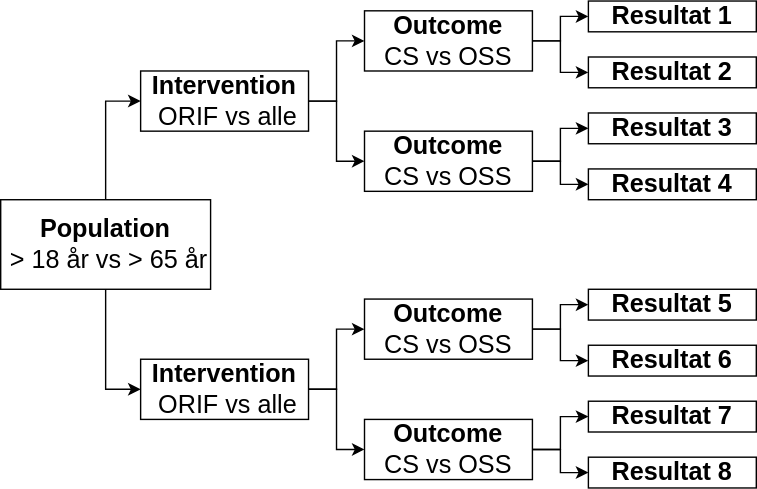
The draw.io diagram 2021/suh_phd_status/figures/decision_tree.svg in nsandau/talks, before a commit. Source tidied: cells renumbered, new cells last; positions are measured from the earlier drawing's top-left corner, leaving out a move shared by most shapes. Source of this version:
```xml
<mxGraphModel>
  <root>
    <mxCell id="0" />
    <mxCell id="1" parent="0" />
    <mxCell id="2" style="edgeStyle=orthogonalEdgeStyle;rounded=0;jettySize=auto;html=1;entryX=0;entryY=0.5;entryDx=0;entryDy=0;fontSize=18;" parent="1" edge="1" source="3" target="6">
      <mxGeometry relative="1" as="geometry" />
    </mxCell>
    <mxCell id="3" value="&lt;font color=&quot;#000000&quot; style=&quot;font-size: 18px;&quot;&gt;&lt;b style=&quot;font-size: 18px;&quot;&gt;Population&lt;br style=&quot;font-size: 18px;&quot;&gt;&lt;/b&gt;&amp;nbsp;&amp;gt; 18 år vs &amp;gt; 65 år&lt;br style=&quot;font-size: 18px;&quot;&gt;&lt;/font&gt;" style="rounded=0;whiteSpace=wrap;html=1;strokeColor=#000000;fillColor=#FFFFFF;fontSize=18;" parent="1" vertex="1">
      <mxGeometry y="142" width="150" height="64" as="geometry" />
    </mxCell>
    <mxCell id="4" style="edgeStyle=orthogonalEdgeStyle;rounded=0;jettySize=auto;html=1;fontSize=18;entryX=0;entryY=0.5;entryDx=0;entryDy=0;" parent="1" edge="1" source="6" target="9">
      <mxGeometry relative="1" as="geometry" />
    </mxCell>
    <mxCell id="5" style="edgeStyle=orthogonalEdgeStyle;rounded=0;jettySize=auto;html=1;entryX=0;entryY=0.5;entryDx=0;entryDy=0;fontSize=18;" parent="1" edge="1" source="6" target="14">
      <mxGeometry relative="1" as="geometry" />
    </mxCell>
    <mxCell id="6" value="&lt;font color=&quot;#000000&quot; style=&quot;font-size: 18px;&quot;&gt;&lt;b style=&quot;font-size: 18px;&quot;&gt;Intervention&lt;br style=&quot;font-size: 18px;&quot;&gt;&lt;/b&gt;&amp;nbsp;ORIF vs alle&lt;br style=&quot;font-size: 18px;&quot;&gt;&lt;/font&gt;" style="rounded=0;whiteSpace=wrap;html=1;strokeColor=#000000;fillColor=#FFFFFF;fontSize=18;" parent="1" vertex="1">
      <mxGeometry x="100" y="50" width="120" height="43" as="geometry" />
    </mxCell>
    <mxCell id="7" style="edgeStyle=orthogonalEdgeStyle;rounded=0;jettySize=auto;html=1;entryX=0;entryY=0.5;entryDx=0;entryDy=0;fontSize=18;" parent="1" edge="1" source="9" target="10">
      <mxGeometry relative="1" as="geometry" />
    </mxCell>
    <mxCell id="8" style="edgeStyle=orthogonalEdgeStyle;rounded=0;jettySize=auto;html=1;fontSize=18;" parent="1" edge="1" source="9" target="11">
      <mxGeometry relative="1" as="geometry" />
    </mxCell>
    <mxCell id="9" value="&lt;font color=&quot;#000000&quot; style=&quot;font-size: 18px;&quot;&gt;&lt;b style=&quot;font-size: 18px;&quot;&gt;Outcome&lt;br style=&quot;font-size: 18px;&quot;&gt;&lt;/b&gt;CS vs OSS&lt;br style=&quot;font-size: 18px;&quot;&gt;&lt;/font&gt;" style="rounded=0;whiteSpace=wrap;html=1;strokeColor=#000000;fillColor=#FFFFFF;fontSize=18;" parent="1" vertex="1">
      <mxGeometry x="260" y="7" width="120" height="43" as="geometry" />
    </mxCell>
    <mxCell id="10" value="&lt;font color=&quot;#000000&quot; style=&quot;font-size: 18px;&quot;&gt;&lt;b style=&quot;font-size: 18px;&quot;&gt;Resultat 1&lt;/b&gt;&lt;br style=&quot;font-size: 18px;&quot;&gt;&lt;/font&gt;" style="rounded=0;whiteSpace=wrap;html=1;strokeColor=#000000;fillColor=#FFFFFF;imageWidth=24;imageHeight=24;fontSize=18;" parent="1" vertex="1">
      <mxGeometry x="420" width="120" height="22" as="geometry" />
    </mxCell>
    <mxCell id="11" value="&lt;font color=&quot;#000000&quot; style=&quot;font-size: 18px;&quot;&gt;&lt;b style=&quot;font-size: 18px;&quot;&gt;Resultat 2&lt;/b&gt;&lt;br style=&quot;font-size: 18px;&quot;&gt;&lt;/font&gt;" style="rounded=0;whiteSpace=wrap;html=1;strokeColor=#000000;fillColor=#FFFFFF;imageWidth=24;imageHeight=24;fontSize=18;" parent="1" vertex="1">
      <mxGeometry x="420" y="40" width="120" height="22" as="geometry" />
    </mxCell>
    <mxCell id="12" style="edgeStyle=orthogonalEdgeStyle;rounded=0;jettySize=auto;html=1;entryX=0;entryY=0.5;entryDx=0;entryDy=0;fontSize=18;" parent="1" edge="1" source="14" target="15">
      <mxGeometry relative="1" as="geometry" />
    </mxCell>
    <mxCell id="13" style="edgeStyle=orthogonalEdgeStyle;rounded=0;jettySize=auto;html=1;fontSize=18;" parent="1" edge="1" source="14" target="16">
      <mxGeometry relative="1" as="geometry" />
    </mxCell>
    <mxCell id="14" value="&lt;font color=&quot;#000000&quot; style=&quot;font-size: 18px;&quot;&gt;&lt;b style=&quot;font-size: 18px;&quot;&gt;Outcome&lt;br style=&quot;font-size: 18px;&quot;&gt;&lt;/b&gt;CS vs OSS&lt;br style=&quot;font-size: 18px;&quot;&gt;&lt;/font&gt;" style="rounded=0;whiteSpace=wrap;html=1;strokeColor=#000000;fillColor=#FFFFFF;fontSize=18;" parent="1" vertex="1">
      <mxGeometry x="260" y="93" width="120" height="43" as="geometry" />
    </mxCell>
    <mxCell id="15" value="&lt;font color=&quot;#000000&quot; style=&quot;font-size: 18px&quot;&gt;&lt;b style=&quot;font-size: 18px&quot;&gt;Resultat 3&lt;/b&gt;&lt;br style=&quot;font-size: 18px&quot;&gt;&lt;/font&gt;" style="rounded=0;whiteSpace=wrap;html=1;strokeColor=#000000;fillColor=#FFFFFF;imageWidth=24;imageHeight=24;fontSize=18;" parent="1" vertex="1">
      <mxGeometry x="420" y="80" width="120" height="22" as="geometry" />
    </mxCell>
    <mxCell id="16" value="&lt;font color=&quot;#000000&quot; style=&quot;font-size: 18px&quot;&gt;&lt;b style=&quot;font-size: 18px&quot;&gt;Resultat 4&lt;/b&gt;&lt;br style=&quot;font-size: 18px&quot;&gt;&lt;/font&gt;" style="rounded=0;whiteSpace=wrap;html=1;strokeColor=#000000;fillColor=#FFFFFF;imageWidth=24;imageHeight=24;fontSize=18;" parent="1" vertex="1">
      <mxGeometry x="420" y="120" width="120" height="22" as="geometry" />
    </mxCell>
    <mxCell id="17" style="edgeStyle=orthogonalEdgeStyle;rounded=0;jettySize=auto;html=1;entryX=0;entryY=0.5;entryDx=0;entryDy=0;fontSize=18;exitX=0.5;exitY=1;exitDx=0;exitDy=0;" parent="1" edge="1" source="3" target="20">
      <mxGeometry relative="1" as="geometry" />
    </mxCell>
    <mxCell id="18" style="edgeStyle=orthogonalEdgeStyle;rounded=0;jettySize=auto;html=1;fontSize=18;entryX=0;entryY=0.5;entryDx=0;entryDy=0;" parent="1" edge="1" source="20" target="23">
      <mxGeometry relative="1" as="geometry" />
    </mxCell>
    <mxCell id="19" style="edgeStyle=orthogonalEdgeStyle;rounded=0;jettySize=auto;html=1;entryX=0;entryY=0.5;entryDx=0;entryDy=0;fontSize=18;" parent="1" edge="1" source="20" target="28">
      <mxGeometry relative="1" as="geometry" />
    </mxCell>
    <mxCell id="20" value="&lt;font color=&quot;#000000&quot; style=&quot;font-size: 18px;&quot;&gt;&lt;b style=&quot;font-size: 18px;&quot;&gt;Intervention&lt;br style=&quot;font-size: 18px;&quot;&gt;&lt;/b&gt;&amp;nbsp;ORIF vs alle&lt;br style=&quot;font-size: 18px;&quot;&gt;&lt;/font&gt;" style="rounded=0;whiteSpace=wrap;html=1;strokeColor=#000000;fillColor=#FFFFFF;fontSize=18;" parent="1" vertex="1">
      <mxGeometry x="100" y="256" width="120" height="43" as="geometry" />
    </mxCell>
    <mxCell id="21" style="edgeStyle=orthogonalEdgeStyle;rounded=0;jettySize=auto;html=1;entryX=0;entryY=0.5;entryDx=0;entryDy=0;fontSize=18;" parent="1" edge="1" source="23" target="24">
      <mxGeometry relative="1" as="geometry" />
    </mxCell>
    <mxCell id="22" style="edgeStyle=orthogonalEdgeStyle;rounded=0;jettySize=auto;html=1;fontSize=18;" parent="1" edge="1" source="23" target="25">
      <mxGeometry relative="1" as="geometry" />
    </mxCell>
    <mxCell id="23" value="&lt;font color=&quot;#000000&quot; style=&quot;font-size: 18px;&quot;&gt;&lt;b style=&quot;font-size: 18px;&quot;&gt;Outcome&lt;br style=&quot;font-size: 18px;&quot;&gt;&lt;/b&gt;CS vs OSS&lt;br style=&quot;font-size: 18px;&quot;&gt;&lt;/font&gt;" style="rounded=0;whiteSpace=wrap;html=1;strokeColor=#000000;fillColor=#FFFFFF;fontSize=18;" parent="1" vertex="1">
      <mxGeometry x="260" y="213" width="120" height="43" as="geometry" />
    </mxCell>
    <mxCell id="24" value="&lt;font color=&quot;#000000&quot; style=&quot;font-size: 18px&quot;&gt;&lt;b style=&quot;font-size: 18px&quot;&gt;Resultat 5&lt;/b&gt;&lt;br style=&quot;font-size: 18px&quot;&gt;&lt;/font&gt;" style="rounded=0;whiteSpace=wrap;html=1;strokeColor=#000000;fillColor=#FFFFFF;imageWidth=24;imageHeight=24;fontSize=18;" parent="1" vertex="1">
      <mxGeometry x="420" y="206" width="120" height="22" as="geometry" />
    </mxCell>
    <mxCell id="25" value="&lt;font color=&quot;#000000&quot; style=&quot;font-size: 18px&quot;&gt;&lt;b style=&quot;font-size: 18px&quot;&gt;Resultat 6&lt;/b&gt;&lt;br style=&quot;font-size: 18px&quot;&gt;&lt;/font&gt;" style="rounded=0;whiteSpace=wrap;html=1;strokeColor=#000000;fillColor=#FFFFFF;imageWidth=24;imageHeight=24;fontSize=18;" parent="1" vertex="1">
      <mxGeometry x="420" y="246" width="120" height="22" as="geometry" />
    </mxCell>
    <mxCell id="26" style="edgeStyle=orthogonalEdgeStyle;rounded=0;jettySize=auto;html=1;entryX=0;entryY=0.5;entryDx=0;entryDy=0;fontSize=18;" parent="1" edge="1" source="28" target="29">
      <mxGeometry relative="1" as="geometry" />
    </mxCell>
    <mxCell id="27" style="edgeStyle=orthogonalEdgeStyle;rounded=0;jettySize=auto;html=1;fontSize=18;" parent="1" edge="1" source="28" target="30">
      <mxGeometry relative="1" as="geometry" />
    </mxCell>
    <mxCell id="28" value="&lt;font color=&quot;#000000&quot; style=&quot;font-size: 18px;&quot;&gt;&lt;b style=&quot;font-size: 18px;&quot;&gt;Outcome&lt;br style=&quot;font-size: 18px;&quot;&gt;&lt;/b&gt;CS vs OSS&lt;br style=&quot;font-size: 18px;&quot;&gt;&lt;/font&gt;" style="rounded=0;whiteSpace=wrap;html=1;strokeColor=#000000;fillColor=#FFFFFF;fontSize=18;" parent="1" vertex="1">
      <mxGeometry x="260" y="299" width="120" height="43" as="geometry" />
    </mxCell>
    <mxCell id="29" value="&lt;font color=&quot;#000000&quot; style=&quot;font-size: 18px&quot;&gt;&lt;b style=&quot;font-size: 18px&quot;&gt;Resultat 7&lt;/b&gt;&lt;br style=&quot;font-size: 18px&quot;&gt;&lt;/font&gt;" style="rounded=0;whiteSpace=wrap;html=1;strokeColor=#000000;fillColor=#FFFFFF;imageWidth=24;imageHeight=24;fontSize=18;" parent="1" vertex="1">
      <mxGeometry x="420" y="286" width="120" height="22" as="geometry" />
    </mxCell>
    <mxCell id="30" value="&lt;font color=&quot;#000000&quot; style=&quot;font-size: 18px&quot;&gt;&lt;b style=&quot;font-size: 18px&quot;&gt;Resultat 8&lt;/b&gt;&lt;br style=&quot;font-size: 18px&quot;&gt;&lt;/font&gt;" style="rounded=0;whiteSpace=wrap;html=1;strokeColor=#000000;fillColor=#FFFFFF;imageWidth=24;imageHeight=24;fontSize=18;" parent="1" vertex="1">
      <mxGeometry x="420" y="326" width="120" height="22" as="geometry" />
    </mxCell>
  </root>
</mxGraphModel>
```
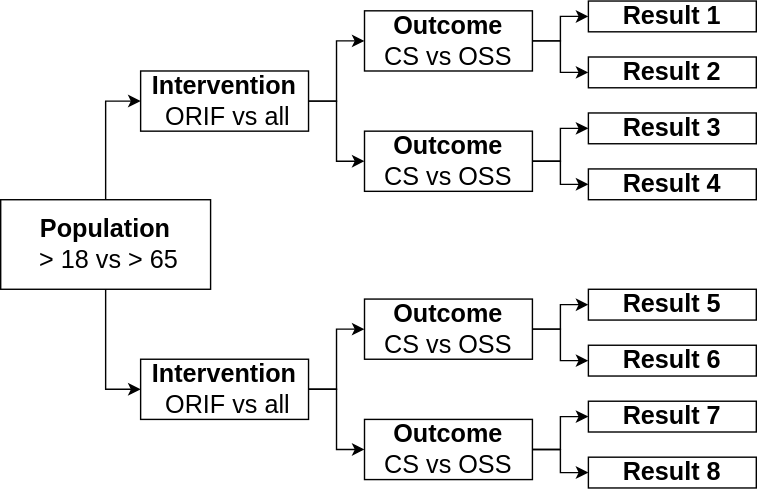
Above is the later version.

Diff of the diagram source:
```diff
@@ -5,7 +5,7 @@
     <mxCell id="2" style="edgeStyle=orthogonalEdgeStyle;rounded=0;jettySize=auto;html=1;entryX=0;entryY=0.5;entryDx=0;entryDy=0;fontSize=18;" parent="1" edge="1" source="3" target="6">
       <mxGeometry relative="1" as="geometry" />
     </mxCell>
-    <mxCell id="3" value="&lt;font color=&quot;#000000&quot; style=&quot;font-size: 18px;&quot;&gt;&lt;b style=&quot;font-size: 18px;&quot;&gt;Population&lt;br style=&quot;font-size: 18px;&quot;&gt;&lt;/b&gt;&amp;nbsp;&amp;gt; 18 år vs &amp;gt; 65 år&lt;br style=&quot;font-size: 18px;&quot;&gt;&lt;/font&gt;" style="rounded=0;whiteSpace=wrap;html=1;strokeColor=#000000;fillColor=#FFFFFF;fontSize=18;" parent="1" vertex="1">
+    <mxCell id="3" value="&lt;font color=&quot;#000000&quot; style=&quot;font-size: 18px&quot;&gt;&lt;b style=&quot;font-size: 18px&quot;&gt;Population&lt;br style=&quot;font-size: 18px&quot;&gt;&lt;/b&gt;&amp;nbsp;&amp;gt; 18 vs &amp;gt; 65&lt;br style=&quot;font-size: 18px&quot;&gt;&lt;/font&gt;" style="rounded=0;whiteSpace=wrap;html=1;strokeColor=#000000;fillColor=#FFFFFF;fontSize=18;" parent="1" vertex="1">
       <mxGeometry y="142" width="150" height="64" as="geometry" />
     </mxCell>
     <mxCell id="4" style="edgeStyle=orthogonalEdgeStyle;rounded=0;jettySize=auto;html=1;fontSize=18;entryX=0;entryY=0.5;entryDx=0;entryDy=0;" parent="1" edge="1" source="6" target="9">
@@ -14,7 +14,7 @@
     <mxCell id="5" style="edgeStyle=orthogonalEdgeStyle;rounded=0;jettySize=auto;html=1;entryX=0;entryY=0.5;entryDx=0;entryDy=0;fontSize=18;" parent="1" edge="1" source="6" target="14">
       <mxGeometry relative="1" as="geometry" />
     </mxCell>
-    <mxCell id="6" value="&lt;font color=&quot;#000000&quot; style=&quot;font-size: 18px;&quot;&gt;&lt;b style=&quot;font-size: 18px;&quot;&gt;Intervention&lt;br style=&quot;font-size: 18px;&quot;&gt;&lt;/b&gt;&amp;nbsp;ORIF vs alle&lt;br style=&quot;font-size: 18px;&quot;&gt;&lt;/font&gt;" style="rounded=0;whiteSpace=wrap;html=1;strokeColor=#000000;fillColor=#FFFFFF;fontSize=18;" parent="1" vertex="1">
+    <mxCell id="6" value="&lt;font color=&quot;#000000&quot; style=&quot;font-size: 18px&quot;&gt;&lt;b style=&quot;font-size: 18px&quot;&gt;Intervention&lt;br style=&quot;font-size: 18px&quot;&gt;&lt;/b&gt;&amp;nbsp;ORIF vs all&lt;br style=&quot;font-size: 18px&quot;&gt;&lt;/font&gt;" style="rounded=0;whiteSpace=wrap;html=1;strokeColor=#000000;fillColor=#FFFFFF;fontSize=18;" parent="1" vertex="1">
       <mxGeometry x="100" y="50" width="120" height="43" as="geometry" />
     </mxCell>
     <mxCell id="7" style="edgeStyle=orthogonalEdgeStyle;rounded=0;jettySize=auto;html=1;entryX=0;entryY=0.5;entryDx=0;entryDy=0;fontSize=18;" parent="1" edge="1" source="9" target="10">
@@ -26,10 +26,10 @@
     <mxCell id="9" value="&lt;font color=&quot;#000000&quot; style=&quot;font-size: 18px;&quot;&gt;&lt;b style=&quot;font-size: 18px;&quot;&gt;Outcome&lt;br style=&quot;font-size: 18px;&quot;&gt;&lt;/b&gt;CS vs OSS&lt;br style=&quot;font-size: 18px;&quot;&gt;&lt;/font&gt;" style="rounded=0;whiteSpace=wrap;html=1;strokeColor=#000000;fillColor=#FFFFFF;fontSize=18;" parent="1" vertex="1">
       <mxGeometry x="260" y="7" width="120" height="43" as="geometry" />
     </mxCell>
-    <mxCell id="10" value="&lt;font color=&quot;#000000&quot; style=&quot;font-size: 18px;&quot;&gt;&lt;b style=&quot;font-size: 18px;&quot;&gt;Resultat 1&lt;/b&gt;&lt;br style=&quot;font-size: 18px;&quot;&gt;&lt;/font&gt;" style="rounded=0;whiteSpace=wrap;html=1;strokeColor=#000000;fillColor=#FFFFFF;imageWidth=24;imageHeight=24;fontSize=18;" parent="1" vertex="1">
+    <mxCell id="10" value="&lt;font color=&quot;#000000&quot; style=&quot;font-size: 18px&quot;&gt;&lt;b style=&quot;font-size: 18px&quot;&gt;Result 1&lt;/b&gt;&lt;br style=&quot;font-size: 18px&quot;&gt;&lt;/font&gt;" style="rounded=0;whiteSpace=wrap;html=1;strokeColor=#000000;fillColor=#FFFFFF;imageWidth=24;imageHeight=24;fontSize=18;" parent="1" vertex="1">
       <mxGeometry x="420" width="120" height="22" as="geometry" />
     </mxCell>
-    <mxCell id="11" value="&lt;font color=&quot;#000000&quot; style=&quot;font-size: 18px;&quot;&gt;&lt;b style=&quot;font-size: 18px;&quot;&gt;Resultat 2&lt;/b&gt;&lt;br style=&quot;font-size: 18px;&quot;&gt;&lt;/font&gt;" style="rounded=0;whiteSpace=wrap;html=1;strokeColor=#000000;fillColor=#FFFFFF;imageWidth=24;imageHeight=24;fontSize=18;" parent="1" vertex="1">
+    <mxCell id="11" value="&lt;font color=&quot;#000000&quot; style=&quot;font-size: 18px&quot;&gt;&lt;b style=&quot;font-size: 18px&quot;&gt;Result 2&lt;/b&gt;&lt;br style=&quot;font-size: 18px&quot;&gt;&lt;/font&gt;" style="rounded=0;whiteSpace=wrap;html=1;strokeColor=#000000;fillColor=#FFFFFF;imageWidth=24;imageHeight=24;fontSize=18;" parent="1" vertex="1">
       <mxGeometry x="420" y="40" width="120" height="22" as="geometry" />
     </mxCell>
     <mxCell id="12" style="edgeStyle=orthogonalEdgeStyle;rounded=0;jettySize=auto;html=1;entryX=0;entryY=0.5;entryDx=0;entryDy=0;fontSize=18;" parent="1" edge="1" source="14" target="15">
@@ -41,10 +41,10 @@
     <mxCell id="14" value="&lt;font color=&quot;#000000&quot; style=&quot;font-size: 18px;&quot;&gt;&lt;b style=&quot;font-size: 18px;&quot;&gt;Outcome&lt;br style=&quot;font-size: 18px;&quot;&gt;&lt;/b&gt;CS vs OSS&lt;br style=&quot;font-size: 18px;&quot;&gt;&lt;/font&gt;" style="rounded=0;whiteSpace=wrap;html=1;strokeColor=#000000;fillColor=#FFFFFF;fontSize=18;" parent="1" vertex="1">
       <mxGeometry x="260" y="93" width="120" height="43" as="geometry" />
     </mxCell>
-    <mxCell id="15" value="&lt;font color=&quot;#000000&quot; style=&quot;font-size: 18px&quot;&gt;&lt;b style=&quot;font-size: 18px&quot;&gt;Resultat 3&lt;/b&gt;&lt;br style=&quot;font-size: 18px&quot;&gt;&lt;/font&gt;" style="rounded=0;whiteSpace=wrap;html=1;strokeColor=#000000;fillColor=#FFFFFF;imageWidth=24;imageHeight=24;fontSize=18;" parent="1" vertex="1">
+    <mxCell id="15" value="&lt;font color=&quot;#000000&quot; style=&quot;font-size: 18px&quot;&gt;&lt;b style=&quot;font-size: 18px&quot;&gt;Result 3&lt;/b&gt;&lt;br style=&quot;font-size: 18px&quot;&gt;&lt;/font&gt;" style="rounded=0;whiteSpace=wrap;html=1;strokeColor=#000000;fillColor=#FFFFFF;imageWidth=24;imageHeight=24;fontSize=18;" parent="1" vertex="1">
       <mxGeometry x="420" y="80" width="120" height="22" as="geometry" />
     </mxCell>
-    <mxCell id="16" value="&lt;font color=&quot;#000000&quot; style=&quot;font-size: 18px&quot;&gt;&lt;b style=&quot;font-size: 18px&quot;&gt;Resultat 4&lt;/b&gt;&lt;br style=&quot;font-size: 18px&quot;&gt;&lt;/font&gt;" style="rounded=0;whiteSpace=wrap;html=1;strokeColor=#000000;fillColor=#FFFFFF;imageWidth=24;imageHeight=24;fontSize=18;" parent="1" vertex="1">
+    <mxCell id="16" value="&lt;font color=&quot;#000000&quot; style=&quot;font-size: 18px&quot;&gt;&lt;b style=&quot;font-size: 18px&quot;&gt;Result 4&lt;/b&gt;&lt;br style=&quot;font-size: 18px&quot;&gt;&lt;/font&gt;" style="rounded=0;whiteSpace=wrap;html=1;strokeColor=#000000;fillColor=#FFFFFF;imageWidth=24;imageHeight=24;fontSize=18;" parent="1" vertex="1">
       <mxGeometry x="420" y="120" width="120" height="22" as="geometry" />
     </mxCell>
     <mxCell id="17" style="edgeStyle=orthogonalEdgeStyle;rounded=0;jettySize=auto;html=1;entryX=0;entryY=0.5;entryDx=0;entryDy=0;fontSize=18;exitX=0.5;exitY=1;exitDx=0;exitDy=0;" parent="1" edge="1" source="3" target="20">
@@ -56,7 +56,7 @@
     <mxCell id="19" style="edgeStyle=orthogonalEdgeStyle;rounded=0;jettySize=auto;html=1;entryX=0;entryY=0.5;entryDx=0;entryDy=0;fontSize=18;" parent="1" edge="1" source="20" target="28">
       <mxGeometry relative="1" as="geometry" />
     </mxCell>
-    <mxCell id="20" value="&lt;font color=&quot;#000000&quot; style=&quot;font-size: 18px;&quot;&gt;&lt;b style=&quot;font-size: 18px;&quot;&gt;Intervention&lt;br style=&quot;font-size: 18px;&quot;&gt;&lt;/b&gt;&amp;nbsp;ORIF vs alle&lt;br style=&quot;font-size: 18px;&quot;&gt;&lt;/font&gt;" style="rounded=0;whiteSpace=wrap;html=1;strokeColor=#000000;fillColor=#FFFFFF;fontSize=18;" parent="1" vertex="1">
+    <mxCell id="20" value="&lt;font color=&quot;#000000&quot; style=&quot;font-size: 18px&quot;&gt;&lt;b style=&quot;font-size: 18px&quot;&gt;Intervention&lt;br style=&quot;font-size: 18px&quot;&gt;&lt;/b&gt;&amp;nbsp;ORIF vs all&lt;br style=&quot;font-size: 18px&quot;&gt;&lt;/font&gt;" style="rounded=0;whiteSpace=wrap;html=1;strokeColor=#000000;fillColor=#FFFFFF;fontSize=18;" parent="1" vertex="1">
       <mxGeometry x="100" y="256" width="120" height="43" as="geometry" />
     </mxCell>
     <mxCell id="21" style="edgeStyle=orthogonalEdgeStyle;rounded=0;jettySize=auto;html=1;entryX=0;entryY=0.5;entryDx=0;entryDy=0;fontSize=18;" parent="1" edge="1" source="23" target="24">
@@ -68,10 +68,10 @@
     <mxCell id="23" value="&lt;font color=&quot;#000000&quot; style=&quot;font-size: 18px;&quot;&gt;&lt;b style=&quot;font-size: 18px;&quot;&gt;Outcome&lt;br style=&quot;font-size: 18px;&quot;&gt;&lt;/b&gt;CS vs OSS&lt;br style=&quot;font-size: 18px;&quot;&gt;&lt;/font&gt;" style="rounded=0;whiteSpace=wrap;html=1;strokeColor=#000000;fillColor=#FFFFFF;fontSize=18;" parent="1" vertex="1">
       <mxGeometry x="260" y="213" width="120" height="43" as="geometry" />
     </mxCell>
-    <mxCell id="24" value="&lt;font color=&quot;#000000&quot; style=&quot;font-size: 18px&quot;&gt;&lt;b style=&quot;font-size: 18px&quot;&gt;Resultat 5&lt;/b&gt;&lt;br style=&quot;font-size: 18px&quot;&gt;&lt;/font&gt;" style="rounded=0;whiteSpace=wrap;html=1;strokeColor=#000000;fillColor=#FFFFFF;imageWidth=24;imageHeight=24;fontSize=18;" parent="1" vertex="1">
+    <mxCell id="24" value="&lt;font color=&quot;#000000&quot; style=&quot;font-size: 18px&quot;&gt;&lt;b style=&quot;font-size: 18px&quot;&gt;Result 5&lt;/b&gt;&lt;br style=&quot;font-size: 18px&quot;&gt;&lt;/font&gt;" style="rounded=0;whiteSpace=wrap;html=1;strokeColor=#000000;fillColor=#FFFFFF;imageWidth=24;imageHeight=24;fontSize=18;" parent="1" vertex="1">
       <mxGeometry x="420" y="206" width="120" height="22" as="geometry" />
     </mxCell>
-    <mxCell id="25" value="&lt;font color=&quot;#000000&quot; style=&quot;font-size: 18px&quot;&gt;&lt;b style=&quot;font-size: 18px&quot;&gt;Resultat 6&lt;/b&gt;&lt;br style=&quot;font-size: 18px&quot;&gt;&lt;/font&gt;" style="rounded=0;whiteSpace=wrap;html=1;strokeColor=#000000;fillColor=#FFFFFF;imageWidth=24;imageHeight=24;fontSize=18;" parent="1" vertex="1">
+    <mxCell id="25" value="&lt;font color=&quot;#000000&quot; style=&quot;font-size: 18px&quot;&gt;&lt;b style=&quot;font-size: 18px&quot;&gt;Result 6&lt;/b&gt;&lt;br style=&quot;font-size: 18px&quot;&gt;&lt;/font&gt;" style="rounded=0;whiteSpace=wrap;html=1;strokeColor=#000000;fillColor=#FFFFFF;imageWidth=24;imageHeight=24;fontSize=18;" parent="1" vertex="1">
       <mxGeometry x="420" y="246" width="120" height="22" as="geometry" />
     </mxCell>
     <mxCell id="26" style="edgeStyle=orthogonalEdgeStyle;rounded=0;jettySize=auto;html=1;entryX=0;entryY=0.5;entryDx=0;entryDy=0;fontSize=18;" parent="1" edge="1" source="28" target="29">
@@ -83,10 +83,10 @@
     <mxCell id="28" value="&lt;font color=&quot;#000000&quot; style=&quot;font-size: 18px;&quot;&gt;&lt;b style=&quot;font-size: 18px;&quot;&gt;Outcome&lt;br style=&quot;font-size: 18px;&quot;&gt;&lt;/b&gt;CS vs OSS&lt;br style=&quot;font-size: 18px;&quot;&gt;&lt;/font&gt;" style="rounded=0;whiteSpace=wrap;html=1;strokeColor=#000000;fillColor=#FFFFFF;fontSize=18;" parent="1" vertex="1">
       <mxGeometry x="260" y="299" width="120" height="43" as="geometry" />
     </mxCell>
-    <mxCell id="29" value="&lt;font color=&quot;#000000&quot; style=&quot;font-size: 18px&quot;&gt;&lt;b style=&quot;font-size: 18px&quot;&gt;Resultat 7&lt;/b&gt;&lt;br style=&quot;font-size: 18px&quot;&gt;&lt;/font&gt;" style="rounded=0;whiteSpace=wrap;html=1;strokeColor=#000000;fillColor=#FFFFFF;imageWidth=24;imageHeight=24;fontSize=18;" parent="1" vertex="1">
+    <mxCell id="29" value="&lt;font color=&quot;#000000&quot; style=&quot;font-size: 18px&quot;&gt;&lt;b style=&quot;font-size: 18px&quot;&gt;Result 7&lt;/b&gt;&lt;br style=&quot;font-size: 18px&quot;&gt;&lt;/font&gt;" style="rounded=0;whiteSpace=wrap;html=1;strokeColor=#000000;fillColor=#FFFFFF;imageWidth=24;imageHeight=24;fontSize=18;" parent="1" vertex="1">
       <mxGeometry x="420" y="286" width="120" height="22" as="geometry" />
     </mxCell>
-    <mxCell id="30" value="&lt;font color=&quot;#000000&quot; style=&quot;font-size: 18px&quot;&gt;&lt;b style=&quot;font-size: 18px&quot;&gt;Resultat 8&lt;/b&gt;&lt;br style=&quot;font-size: 18px&quot;&gt;&lt;/font&gt;" style="rounded=0;whiteSpace=wrap;html=1;strokeColor=#000000;fillColor=#FFFFFF;imageWidth=24;imageHeight=24;fontSize=18;" parent="1" vertex="1">
+    <mxCell id="30" value="&lt;font color=&quot;#000000&quot; style=&quot;font-size: 18px&quot;&gt;&lt;b style=&quot;font-size: 18px&quot;&gt;Result 8&lt;/b&gt;&lt;br style=&quot;font-size: 18px&quot;&gt;&lt;/font&gt;" style="rounded=0;whiteSpace=wrap;html=1;strokeColor=#000000;fillColor=#FFFFFF;imageWidth=24;imageHeight=24;fontSize=18;" parent="1" vertex="1">
       <mxGeometry x="420" y="326" width="120" height="22" as="geometry" />
     </mxCell>
   </root>
```
